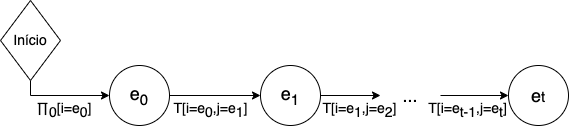
Before: report/Figures/seq_markov_chain.png, a diagram exported from draw.io (jonasrla/spectral-hmm). Source tidied: cells renumbered, new cells last; positions are measured from the earlier drawing's top-left corner, leaving out a move shared by most shapes.
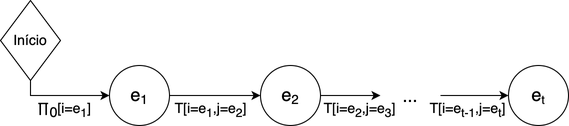
The same file after the commit.

Change to the diagram source:
```diff
@@ -5,16 +5,16 @@
     <mxCell id="2" style="edgeStyle=orthogonalEdgeStyle;rounded=0;jettySize=auto;html=1;" parent="1" edge="1" source="3" target="5">
       <mxGeometry relative="1" as="geometry" />
     </mxCell>
-    <mxCell id="3" value="&lt;font style=&quot;font-size: 18px;&quot;&gt;e&lt;sub&gt;0&lt;/sub&gt;&lt;/font&gt;" style="ellipse;whiteSpace=wrap;html=1;" parent="1" vertex="1">
+    <mxCell id="3" value="&lt;font style=&quot;&quot;&gt;&lt;span style=&quot;font-size: 18px;&quot;&gt;e&lt;/span&gt;&lt;sub style=&quot;&quot;&gt;&lt;font style=&quot;font-size: 13px;&quot;&gt;1&lt;/font&gt;&lt;/sub&gt;&lt;/font&gt;" style="ellipse;whiteSpace=wrap;html=1;" parent="1" vertex="1">
       <mxGeometry x="109" y="65" width="60" height="60" as="geometry" />
     </mxCell>
     <mxCell id="4" style="edgeStyle=orthogonalEdgeStyle;rounded=0;jettySize=auto;html=1;" parent="1" edge="1" source="5" target="8">
       <mxGeometry relative="1" as="geometry" />
     </mxCell>
-    <mxCell id="5" value="&lt;font style=&quot;font-size: 18px;&quot;&gt;e&lt;sub&gt;1&lt;/sub&gt;&lt;/font&gt;" style="ellipse;whiteSpace=wrap;html=1;" parent="1" vertex="1">
+    <mxCell id="5" value="&lt;font style=&quot;&quot;&gt;&lt;span style=&quot;font-size: 18px;&quot;&gt;e&lt;/span&gt;&lt;sub style=&quot;&quot;&gt;&lt;font style=&quot;font-size: 13px;&quot;&gt;2&lt;/font&gt;&lt;/sub&gt;&lt;/font&gt;" style="ellipse;whiteSpace=wrap;html=1;" parent="1" vertex="1">
       <mxGeometry x="260" y="65" width="60" height="60" as="geometry" />
     </mxCell>
-    <mxCell id="6" value="&lt;font style=&quot;font-size: 18px;&quot;&gt;e&lt;/font&gt;&lt;font style=&quot;font-size: 15px;&quot;&gt;t&lt;/font&gt;" style="ellipse;whiteSpace=wrap;html=1;" parent="1" vertex="1">
+    <mxCell id="6" value="&lt;font style=&quot;&quot;&gt;&lt;span style=&quot;font-size: 18px;&quot;&gt;e&lt;/span&gt;&lt;sub style=&quot;&quot;&gt;&lt;font style=&quot;font-size: 12px;&quot;&gt;t&lt;/font&gt;&lt;/sub&gt;&lt;/font&gt;" style="ellipse;whiteSpace=wrap;html=1;" parent="1" vertex="1">
       <mxGeometry x="508" y="65" width="60" height="60" as="geometry" />
     </mxCell>
     <mxCell id="7" style="edgeStyle=orthogonalEdgeStyle;rounded=0;jettySize=auto;html=1;" parent="1" edge="1" source="8" target="6">
@@ -33,16 +33,16 @@
     <mxCell id="10" value="Início" style="rhombus;whiteSpace=wrap;html=1;fontSize=14;" parent="1" vertex="1">
       <mxGeometry width="60" height="80" as="geometry" />
     </mxCell>
-    <mxCell id="11" value="T[i=e&lt;sub style=&quot;font-size: 14px;&quot;&gt;0&lt;/sub&gt;&lt;font style=&quot;font-size: 14px;&quot;&gt;,j=e&lt;/font&gt;&lt;font style=&quot;font-size: 14px;&quot;&gt;&lt;sub style=&quot;font-size: 14px;&quot;&gt;1&lt;/sub&gt;&lt;/font&gt;]" style="text;html=1;strokeColor=none;fillColor=none;align=center;verticalAlign=middle;whiteSpace=wrap;rounded=0;fontSize=14;" parent="1" vertex="1">
+    <mxCell id="11" value="T[i=e&lt;sub style=&quot;&quot;&gt;&lt;font style=&quot;font-size: 12px;&quot;&gt;1&lt;/font&gt;&lt;/sub&gt;&lt;font style=&quot;font-size: 14px;&quot;&gt;,j=e&lt;/font&gt;&lt;sub style=&quot;&quot;&gt;&lt;font style=&quot;font-size: 12px;&quot;&gt;2&lt;/font&gt;&lt;/sub&gt;]" style="text;html=1;strokeColor=none;fillColor=none;align=center;verticalAlign=middle;whiteSpace=wrap;rounded=0;fontSize=14;" parent="1" vertex="1">
       <mxGeometry x="166" y="95" width="89" height="30" as="geometry" />
     </mxCell>
-    <mxCell id="12" value="T[i=e&lt;sub style=&quot;font-size: 14px;&quot;&gt;1&lt;/sub&gt;&lt;font style=&quot;font-size: 14px;&quot;&gt;,j=e&lt;/font&gt;&lt;font style=&quot;font-size: 14px;&quot;&gt;&lt;sub style=&quot;font-size: 14px;&quot;&gt;2&lt;/sub&gt;&lt;/font&gt;]" style="text;html=1;strokeColor=none;fillColor=none;align=center;verticalAlign=middle;whiteSpace=wrap;rounded=0;fontSize=14;" parent="1" vertex="1">
+    <mxCell id="12" value="T[i=e&lt;sub style=&quot;&quot;&gt;&lt;font style=&quot;font-size: 12px;&quot;&gt;2&lt;/font&gt;&lt;/sub&gt;&lt;font style=&quot;font-size: 14px;&quot;&gt;,j=e&lt;/font&gt;&lt;sub style=&quot;&quot;&gt;&lt;font style=&quot;font-size: 12px;&quot;&gt;3&lt;/font&gt;&lt;/sub&gt;]" style="text;html=1;strokeColor=none;fillColor=none;align=center;verticalAlign=middle;whiteSpace=wrap;rounded=0;fontSize=14;" parent="1" vertex="1">
       <mxGeometry x="315" y="95" width="89" height="30" as="geometry" />
     </mxCell>
-    <mxCell id="13" value="T[i=e&lt;sub style=&quot;font-size: 14px;&quot;&gt;t-1&lt;/sub&gt;&lt;font style=&quot;font-size: 14px;&quot;&gt;,j=e&lt;/font&gt;&lt;font style=&quot;font-size: 14px;&quot;&gt;&lt;sub style=&quot;font-size: 14px;&quot;&gt;t&lt;/sub&gt;&lt;/font&gt;]" style="text;html=1;strokeColor=none;fillColor=none;align=center;verticalAlign=middle;whiteSpace=wrap;rounded=0;fontSize=14;" parent="1" vertex="1">
+    <mxCell id="13" value="T[i=e&lt;sub style=&quot;&quot;&gt;&lt;font style=&quot;font-size: 12px;&quot;&gt;t-1&lt;/font&gt;&lt;/sub&gt;&lt;font style=&quot;font-size: 14px;&quot;&gt;,j=e&lt;/font&gt;&lt;sub style=&quot;&quot;&gt;&lt;font style=&quot;font-size: 12px;&quot;&gt;t&lt;/font&gt;&lt;/sub&gt;]" style="text;html=1;strokeColor=none;fillColor=none;align=center;verticalAlign=middle;whiteSpace=wrap;rounded=0;fontSize=14;" parent="1" vertex="1">
       <mxGeometry x="423" y="95" width="89" height="30" as="geometry" />
     </mxCell>
-    <mxCell id="14" value="∏&lt;sub style=&quot;border-color: var(--border-color); font-size: 14px;&quot;&gt;0&lt;/sub&gt;[i=e&lt;sub style=&quot;font-size: 14px;&quot;&gt;0&lt;/sub&gt;]" style="text;html=1;strokeColor=none;fillColor=none;align=center;verticalAlign=middle;whiteSpace=wrap;rounded=0;fontSize=14;" parent="1" vertex="1">
+    <mxCell id="14" value="∏&lt;sub style=&quot;border-color: var(--border-color); font-size: 14px;&quot;&gt;0&lt;/sub&gt;[i=e&lt;sub style=&quot;&quot;&gt;&lt;font style=&quot;font-size: 12px;&quot;&gt;1&lt;/font&gt;&lt;/sub&gt;]" style="text;html=1;strokeColor=none;fillColor=none;align=center;verticalAlign=middle;whiteSpace=wrap;rounded=0;fontSize=14;" parent="1" vertex="1">
       <mxGeometry x="20" y="95" width="89" height="30" as="geometry" />
     </mxCell>
   </root>
```
